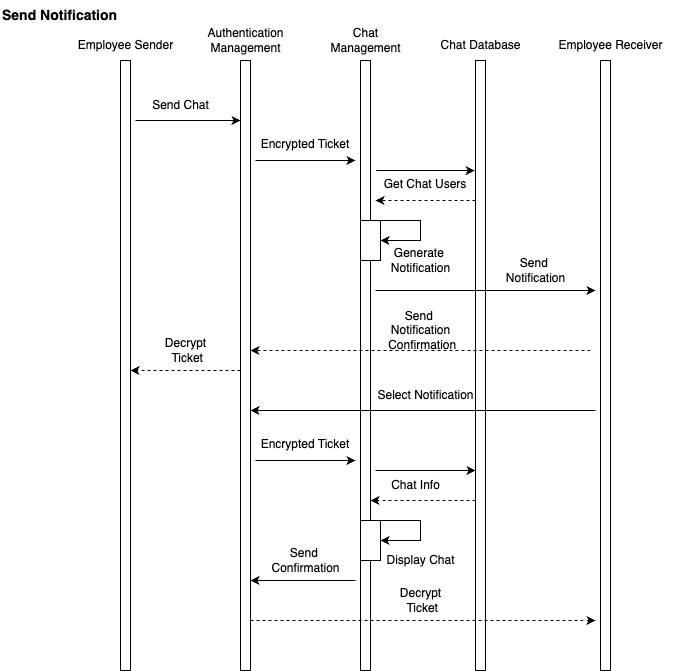
Earlier version of the draw.io export D3/SequenceDiagrams/BE11.png (SumanyaG/3A04). Source tidied: cells renumbered, new cells last; positions are measured from the earlier drawing's top-left corner, leaving out a move shared by most shapes.
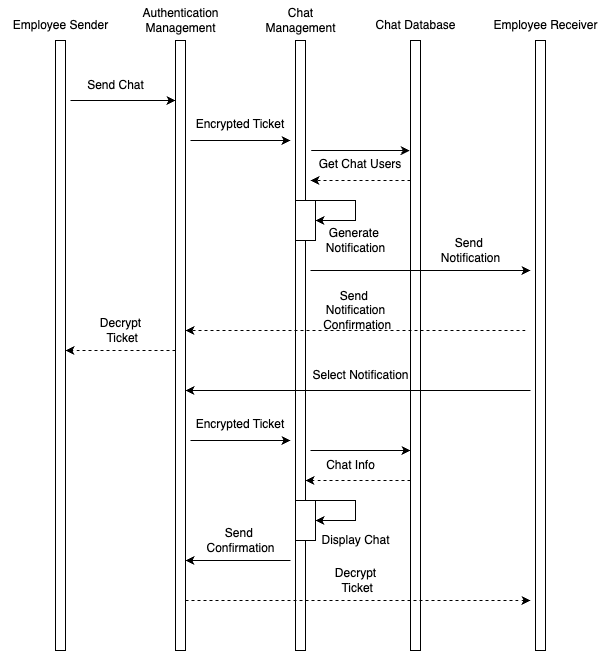
After the change.

The edit, as a diff of the source:
```diff
@@ -173,8 +173,5 @@
     <mxCell id="41" value="Decrypt&lt;div&gt;&amp;nbsp;Ticket&lt;/div&gt;" style="text;html=1;align=center;verticalAlign=middle;strokeColor=none;fillColor=none;" parent="1" vertex="1">
       <mxGeometry x="390" y="580" width="60" height="40" as="geometry" />
     </mxCell>
-    <mxCell id="42" value="&lt;b style=&quot;color: rgb(0, 0, 0); font-family: Helvetica; font-size: 12px; font-style: normal; font-variant-ligatures: normal; font-variant-caps: normal; letter-spacing: normal; orphans: 2; text-align: center; text-indent: 0px; text-transform: none; widows: 2; word-spacing: 0px; -webkit-text-stroke-width: 0px; white-space: nowrap; background-color: rgb(251, 251, 251); text-decoration-thickness: initial; text-decoration-style: initial; text-decoration-color: initial;&quot;&gt;&lt;font style=&quot;font-size: 14px;&quot;&gt;Send Notification&lt;/font&gt;&lt;/b&gt;" style="text;whiteSpace=wrap;html=1;" parent="1" vertex="1">
-      <mxGeometry width="200" height="40" as="geometry" />
-    </mxCell>
   </root>
 </mxGraphModel>
```
